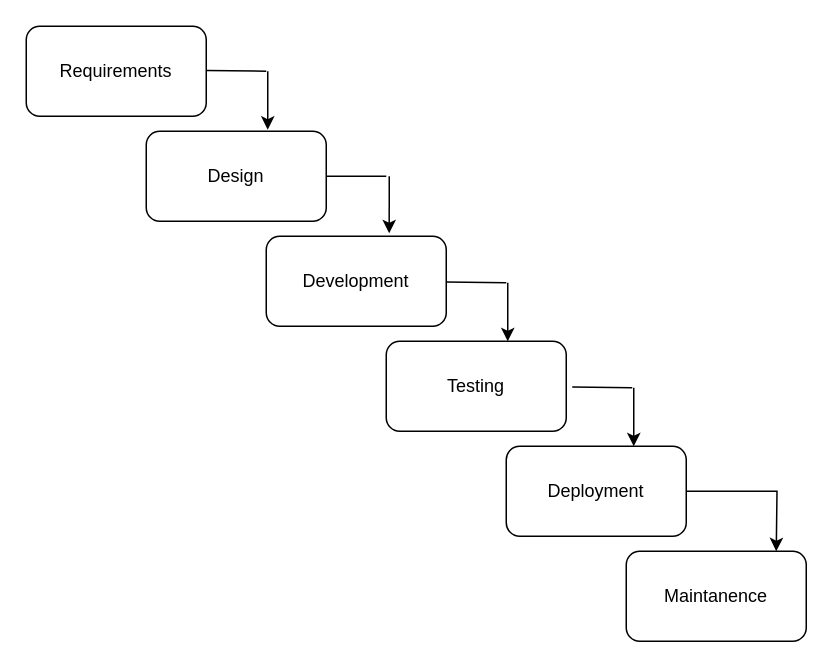
Before: page "Page-4" (4 of 5) of FYP-Chatbot.drawio in myselfswk/FYP-Chatbot-Diagrams, a draw.io diagram. Source tidied: cells renumbered, new cells numbered last; positions are measured from the earlier drawing's top-left corner, leaving out a move shared by most shapes. Both pictures are drawn from the tidied source at 150%, with x=0, y=0 at pixel (26, 26).
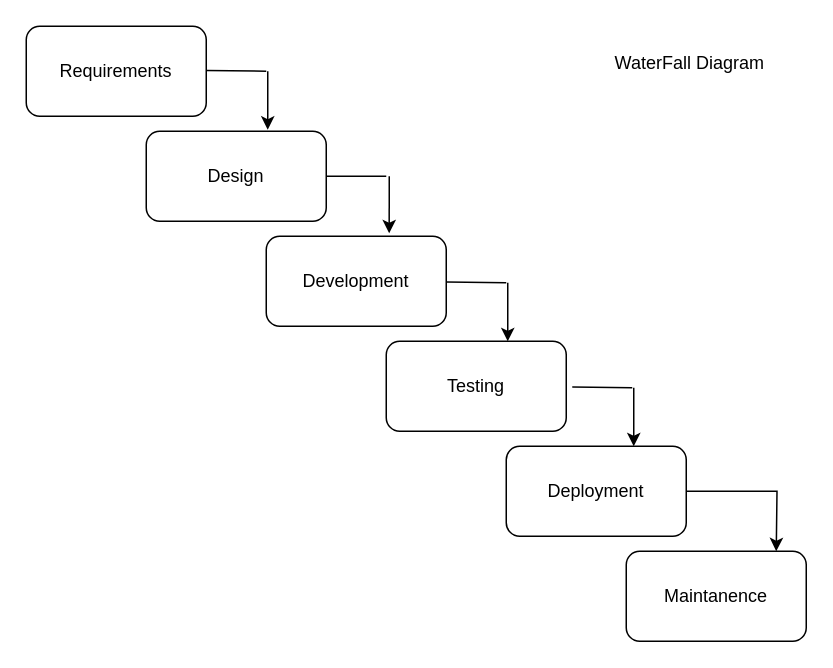
The same diagram, later.

The edit, as a diff of the source:
```diff
@@
+    <mxCell id="17" value="WaterFall Diagram" style="text;html=1;strokeColor=none;fillColor=none;align=center;verticalAlign=middle;whiteSpace=wrap;rounded=0;" parent="1" vertex="1">
+      <mxGeometry x="385" y="10" width="115" height="30" as="geometry" />
+    </mxCell>
```
